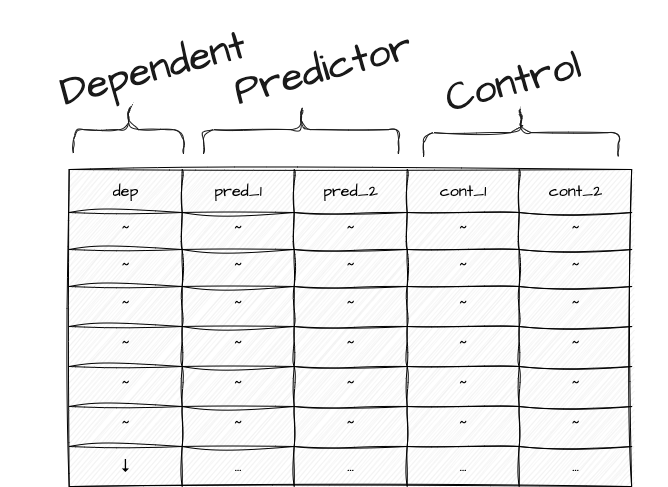
The draw.io diagram docs/figures/aa-ida-variables.drawio.png in qtalr/book, before a commit. Source tidied: cells renumbered, new cells last; positions are measured from the earlier drawing's top-left corner, leaving out a move shared by most shapes.
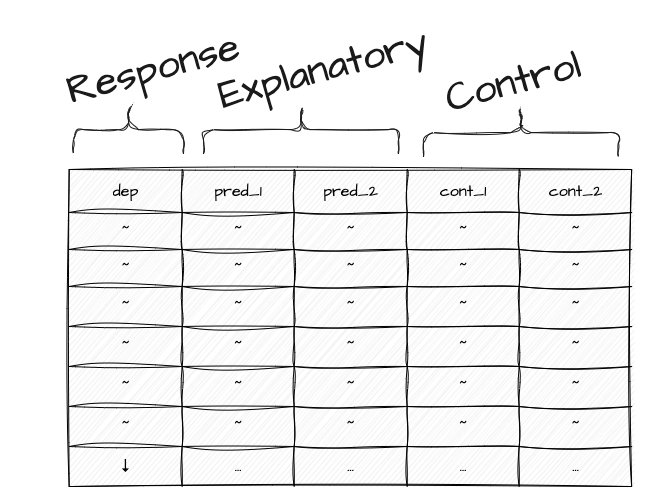
Above is the later version.

Diff of the diagram source:
```diff
@@ -152,13 +152,13 @@
     <mxCell id="51" style="shape=curlyBracket;whiteSpace=wrap;html=1;rounded=1;labelPosition=left;verticalLabelPosition=middle;align=right;verticalAlign=middle;hachureGap=4;strokeColor=#1A1A1A;fontFamily=Architects Daughter;fontSource=https%3A%2F%2Ffonts.googleapis.com%2Fcss%3Ffamily%3DArchitects%2BDaughter;fontSize=20;fontColor=#1A1A1A;fillColor=#EEEEEE;direction=south;swimlaneLine=0;sketch=1;curveFitting=1;jiggle=2;swimlaneFillColor=none;" parent="1" vertex="1">
       <mxGeometry x="200" y="67.3" width="195" height="47.7" as="geometry" />
     </mxCell>
-    <mxCell id="52" value="&lt;font style=&quot;font-size: 40px;&quot;&gt;Predictor&lt;/font&gt;" style="text;strokeColor=none;align=center;fillColor=none;html=1;verticalAlign=middle;whiteSpace=wrap;rounded=0;fontSize=20;fontFamily=Architects Daughter;fontColor=#1A1A1A;swimlaneLine=0;sketch=1;curveFitting=1;jiggle=2;swimlaneFillColor=none;rotation=345;" parent="1" vertex="1">
+    <mxCell id="52" value="&lt;font style=&quot;font-size: 40px;&quot;&gt;Explanatory&lt;/font&gt;" style="text;strokeColor=none;align=center;fillColor=none;html=1;verticalAlign=middle;whiteSpace=wrap;rounded=0;fontSize=20;fontFamily=Architects Daughter;fontColor=#1A1A1A;swimlaneLine=0;sketch=1;curveFitting=1;jiggle=2;swimlaneFillColor=none;rotation=345;" parent="1" vertex="1">
       <mxGeometry x="170" width="300" height="62.3" as="geometry" />
     </mxCell>
     <mxCell id="53" style="shape=curlyBracket;whiteSpace=wrap;html=1;rounded=1;labelPosition=left;verticalLabelPosition=middle;align=right;verticalAlign=middle;hachureGap=4;strokeColor=#1A1A1A;fontFamily=Architects Daughter;fontSource=https%3A%2F%2Ffonts.googleapis.com%2Fcss%3Ffamily%3DArchitects%2BDaughter;fontSize=20;fontColor=#1A1A1A;fillColor=#EEEEEE;direction=south;swimlaneLine=0;sketch=1;curveFitting=1;jiggle=2;swimlaneFillColor=none;" parent="1" vertex="1">
       <mxGeometry x="70" y="67.3" width="110" height="47.7" as="geometry" />
     </mxCell>
-    <mxCell id="54" value="&lt;font style=&quot;font-size: 40px;&quot;&gt;Dependent&lt;/font&gt;" style="text;strokeColor=none;align=center;fillColor=none;html=1;verticalAlign=middle;whiteSpace=wrap;rounded=0;fontSize=20;fontFamily=Architects Daughter;fontColor=#1A1A1A;swimlaneLine=0;sketch=1;curveFitting=1;jiggle=2;swimlaneFillColor=none;rotation=345;" parent="1" vertex="1">
+    <mxCell id="54" value="&lt;font style=&quot;font-size: 40px;&quot;&gt;Response&lt;/font&gt;" style="text;strokeColor=none;align=center;fillColor=none;html=1;verticalAlign=middle;whiteSpace=wrap;rounded=0;fontSize=20;fontFamily=Architects Daughter;fontColor=#1A1A1A;swimlaneLine=0;sketch=1;curveFitting=1;jiggle=2;swimlaneFillColor=none;rotation=345;" parent="1" vertex="1">
       <mxGeometry width="300" height="62.3" as="geometry" />
     </mxCell>
     <mxCell id="55" style="shape=curlyBracket;whiteSpace=wrap;html=1;rounded=1;labelPosition=left;verticalLabelPosition=middle;align=right;verticalAlign=middle;hachureGap=4;strokeColor=#1A1A1A;fontFamily=Architects Daughter;fontSource=https%3A%2F%2Ffonts.googleapis.com%2Fcss%3Ffamily%3DArchitects%2BDaughter;fontSize=20;fontColor=#1A1A1A;fillColor=#EEEEEE;direction=south;swimlaneLine=0;sketch=1;curveFitting=1;jiggle=2;swimlaneFillColor=none;" parent="1" vertex="1">
```
